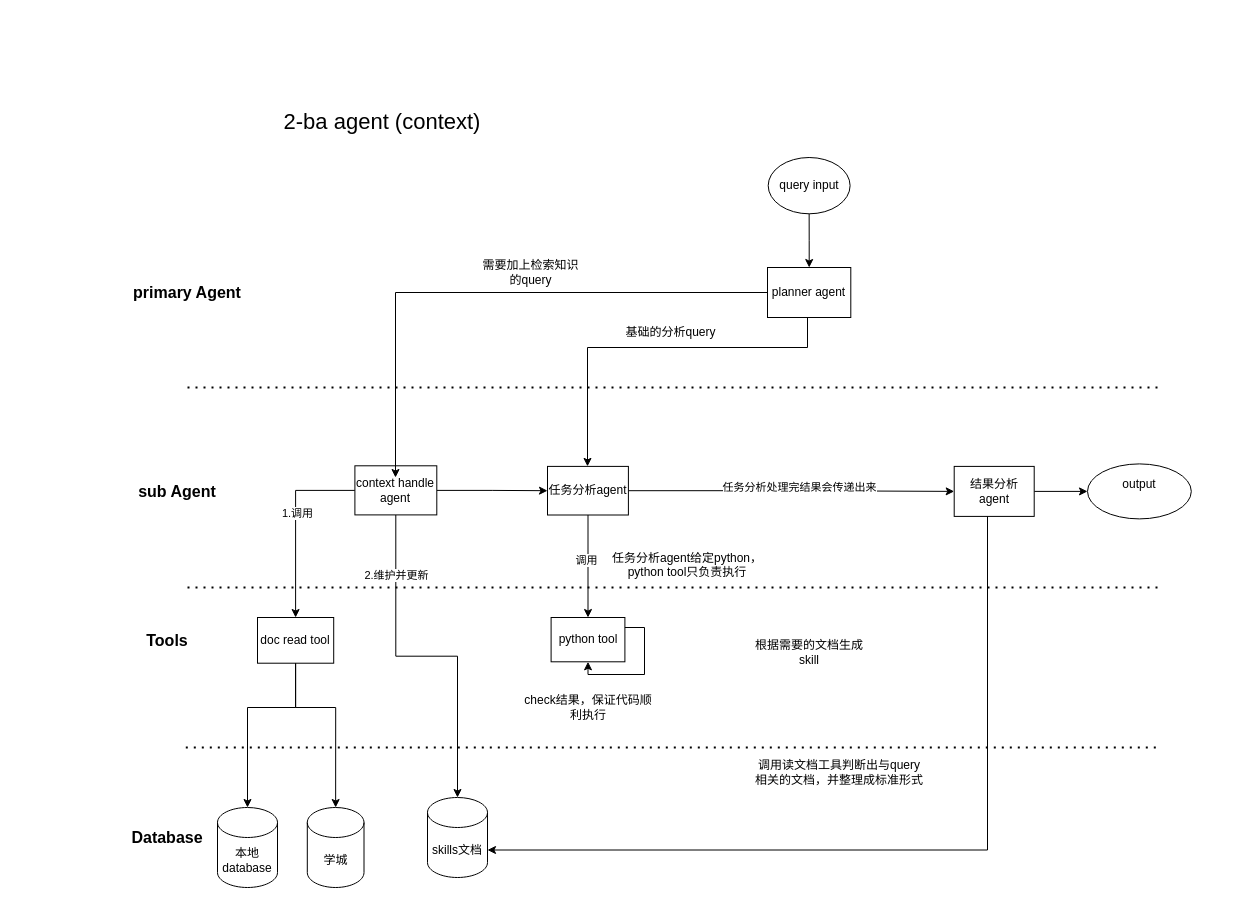
The draw.io diagram page "第 2 页" (2 of 3) of 未命名绘图.drawio in lijinxuan1101/auto-ba-agent, before the edit. Source tidied: cells renumbered, new cells numbered last; positions are measured from the earlier drawing's top-left corner, leaving out a move shared by most shapes. Both pictures are drawn from the tidied source at 100%, with x=0, y=0 at pixel (97, 107).
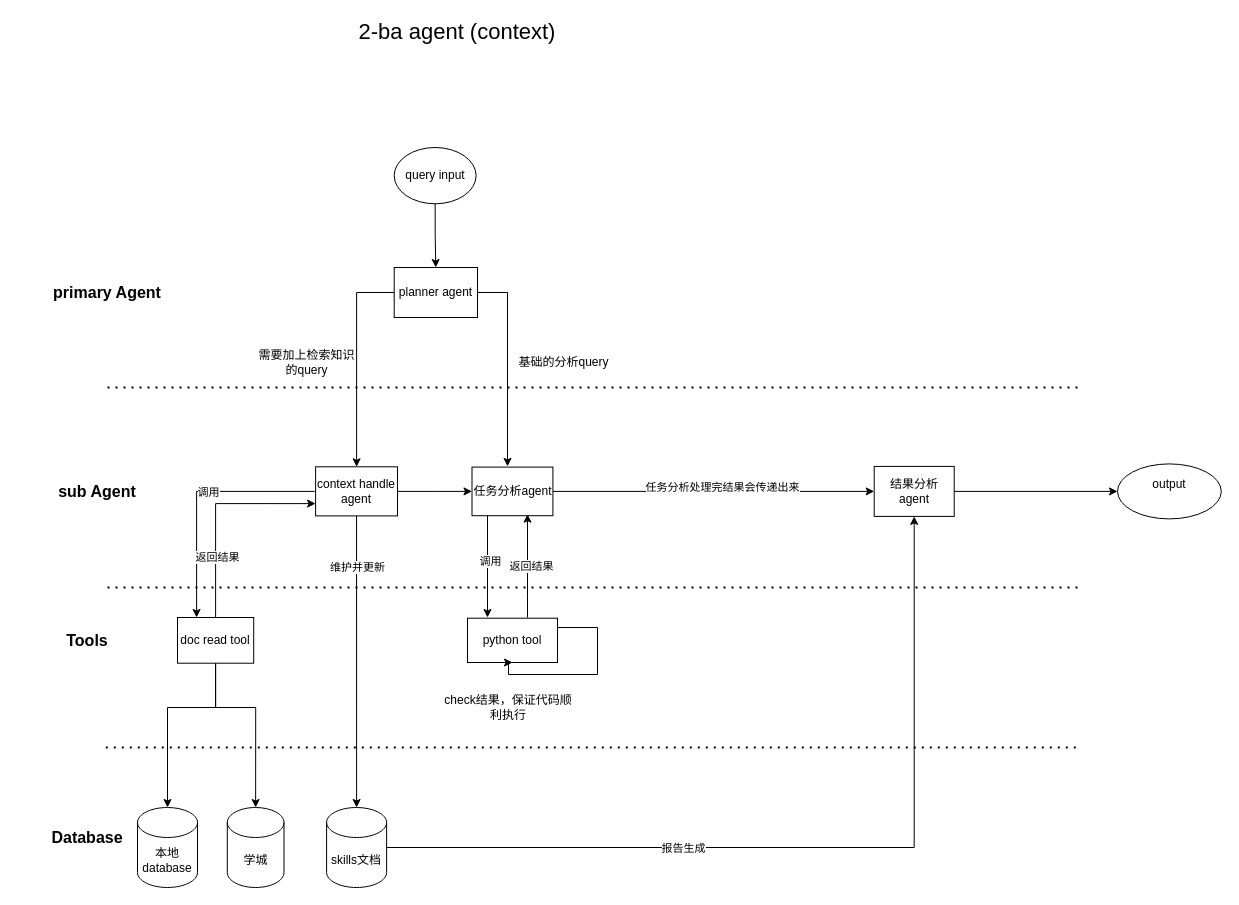
The same page after the edit.

The edit, as a diff of the source:
```diff
@@
-    <mxCell id="2" style="edgeStyle=orthogonalEdgeStyle;rounded=0;jettySize=auto;html=1;labelBackgroundColor=none;fontColor=default;" parent="1" edge="1" source="34" target="6">
-      <mxGeometry relative="1" as="geometry" />
-    </mxCell>
-    <mxCell id="3" value="调用" style="edgeLabel;html=1;align=center;verticalAlign=middle;" parent="2" vertex="1">
-      <mxGeometry x="-0.12" y="-2" relative="1" as="geometry" />
-    </mxCell>
@@
     <mxCell id="5" value="query input" style="ellipse;whiteSpace=wrap;html=1;labelBackgroundColor=none;" parent="1" vertex="1">
-      <mxGeometry x="670.7" y="50" width="81.9" height="56.3" as="geometry" />
+      <mxGeometry x="296.7" y="40" width="81.9" height="56.3" as="geometry" />
     </mxCell>
+    <mxCell id="44" style="edgeStyle=orthogonalEdgeStyle;rounded=0;orthogonalLoop=1;jettySize=auto;html=1;" parent="1" edge="1">
+      <mxGeometry relative="1" as="geometry">
+        <mxPoint x="430" y="510" as="sourcePoint" />
+        <mxPoint x="430" y="406.7" as="targetPoint" />
+        <Array as="points">
+          <mxPoint x="429.9" y="489.3" />
+          <mxPoint x="429.9" y="489.3" />
+        </Array>
+      </mxGeometry>
+    </mxCell>
+    <mxCell id="45" value="返回结果" style="edgeLabel;html=1;align=center;verticalAlign=middle;" parent="44" vertex="1">
+      <mxGeometry x="0.01" y="-3" relative="1" as="geometry" />
+    </mxCell>
     <mxCell id="6" value="python tool" style="rounded=0;whiteSpace=wrap;html=1;labelBackgroundColor=none;" parent="1" vertex="1">
-      <mxGeometry x="453.6" y="510" width="73.8" height="44.3" as="geometry" />
+      <mxGeometry x="370" y="510.7" width="90" height="44.3" as="geometry" />
     </mxCell>
-    <mxCell id="7" value="任务分析agent给定python，python tool只负责执行&lt;div&gt;&lt;br&gt;&lt;/div&gt;" style="text;html=1;whiteSpace=wrap;strokeColor=none;fillColor=none;align=center;verticalAlign=middle;rounded=0;labelBackgroundColor=none;" parent="1" vertex="1">
-      <mxGeometry x="500" y="450" width="180" height="30" as="geometry" />
-    </mxCell>
     <mxCell id="8" value="check结果，保证代码顺利执行" style="text;html=1;whiteSpace=wrap;strokeColor=none;fillColor=none;align=center;verticalAlign=middle;rounded=0;labelBackgroundColor=none;" parent="1" vertex="1">
-      <mxGeometry x="420.5" y="585" width="140" height="30" as="geometry" />
+      <mxGeometry x="340.5" y="585" width="140" height="30" as="geometry" />
     </mxCell>
@@
     <mxCell id="10" value="结果分析agent" style="rounded=0;whiteSpace=wrap;html=1;labelBackgroundColor=none;" parent="1" vertex="1">
-      <mxGeometry x="856.7" y="358.9" width="80" height="50" as="geometry" />
+      <mxGeometry x="776.7" y="358.9" width="80" height="50" as="geometry" />
     </mxCell>
     <mxCell id="11" value="output&lt;div&gt;&lt;br&gt;&lt;/div&gt;" style="ellipse;whiteSpace=wrap;html=1;rounded=0;labelBackgroundColor=none;" parent="1" vertex="1">
-      <mxGeometry x="990" y="356.4" width="103.8" height="55" as="geometry" />
+      <mxGeometry x="1020" y="356.4" width="103.8" height="55" as="geometry" />
     </mxCell>
     <mxCell id="12" value="2-ba agent (context)" style="text;html=1;whiteSpace=wrap;strokeColor=none;fillColor=none;align=center;verticalAlign=middle;rounded=0;fontSize=22;labelBackgroundColor=none;" parent="1" vertex="1">
-      <mxGeometry x="170" width="230" height="30" as="geometry" />
+      <mxGeometry x="245" y="-90" width="230" height="30" as="geometry" />
     </mxCell>
-    <mxCell id="13" style="edgeStyle=orthogonalEdgeStyle;rounded=0;jettySize=auto;html=1;labelBackgroundColor=none;fontColor=default;" parent="1" edge="1" source="18" target="20">
-      <mxGeometry relative="1" as="geometry" />
+    <mxCell id="13" style="edgeStyle=orthogonalEdgeStyle;rounded=0;orthogonalLoop=1;jettySize=auto;html=1;labelBackgroundColor=none;fontColor=default;" parent="1" edge="1">
+      <mxGeometry relative="1" as="geometry">
+        <mxPoint x="217.2" y="383.9" as="sourcePoint" />
+        <mxPoint x="99.1" y="510" as="targetPoint" />
+        <Array as="points">
+          <mxPoint x="99" y="384" />
+        </Array>
+      </mxGeometry>
     </mxCell>
-    <mxCell id="14" value="1.调用" style="edgeLabel;html=1;align=center;verticalAlign=middle;" parent="13" vertex="1">
+    <mxCell id="14" value="调用" style="edgeLabel;html=1;align=center;verticalAlign=middle;" parent="13" vertex="1">
       <mxGeometry x="-0.12" y="1" relative="1" as="geometry" />
     </mxCell>
@@
-    <mxCell id="16" style="edgeStyle=orthogonalEdgeStyle;rounded=0;jettySize=auto;html=1;" parent="1" edge="1" source="18" target="30">
+    <mxCell id="16" style="edgeStyle=orthogonalEdgeStyle;rounded=0;jettySize=auto;html=1;entryX=0.5;entryY=0;entryDx=0;entryDy=0;entryPerimeter=0;exitX=0.5;exitY=1;exitDx=0;exitDy=0;" parent="1" edge="1" source="18" target="30">
       <mxGeometry relative="1" as="geometry" />
     </mxCell>
-    <mxCell id="17" value="2.维护并更新" style="edgeLabel;html=1;align=center;verticalAlign=middle;" parent="16" vertex="1">
+    <mxCell id="17" value="维护并更新" style="edgeLabel;html=1;align=center;verticalAlign=middle;" parent="16" vertex="1">
       <mxGeometry x="-0.65" relative="1" as="geometry" />
     </mxCell>
     <mxCell id="18" value="context handle agent" style="rounded=0;whiteSpace=wrap;html=1;labelBackgroundColor=none;" parent="1" vertex="1">
-      <mxGeometry x="257.4" y="358.3" width="81.9" height="49.1" as="geometry" />
+      <mxGeometry x="218.1" y="359.3" width="81.9" height="49.1" as="geometry" />
     </mxCell>
     <mxCell id="19" style="edgeStyle=orthogonalEdgeStyle;rounded=0;jettySize=auto;html=1;labelBackgroundColor=none;fontColor=default;" parent="1" edge="1" source="20" target="23">
       <mxGeometry relative="1" as="geometry">
         <Array as="points">
-          <mxPoint x="198" y="600" />
-          <mxPoint x="150" y="600" />
+          <mxPoint x="118" y="600" />
+          <mxPoint x="70" y="600" />
         </Array>
       </mxGeometry>
     </mxCell>
+    <mxCell id="46" style="edgeStyle=orthogonalEdgeStyle;rounded=0;jettySize=auto;html=1;entryX=0;entryY=0.75;entryDx=0;entryDy=0;exitX=0.5;exitY=0;exitDx=0;exitDy=0;" parent="1" edge="1" source="20" target="18">
+      <mxGeometry relative="1" as="geometry" />
+    </mxCell>
+    <mxCell id="47" value="返回结果" style="edgeLabel;html=1;align=center;verticalAlign=middle;" parent="46" vertex="1">
+      <mxGeometry x="-0.43" y="-1" relative="1" as="geometry" />
+    </mxCell>
     <mxCell id="20" value="doc read tool" style="rounded=0;whiteSpace=wrap;html=1;labelBackgroundColor=none;" parent="1" vertex="1">
-      <mxGeometry x="160" y="510" width="76.2" height="45.7" as="geometry" />
+      <mxGeometry x="80" y="510" width="76.2" height="45.7" as="geometry" />
     </mxCell>
     <mxCell id="21" value="学城" style="shape=cylinder3;whiteSpace=wrap;html=1;boundedLbl=1;backgroundOutline=1;size=15;labelBackgroundColor=none;" parent="1" vertex="1">
-      <mxGeometry x="209.8" y="700" width="56.7" height="80" as="geometry" />
+      <mxGeometry x="129.8" y="700" width="56.7" height="80" as="geometry" />
     </mxCell>
     <mxCell id="22" style="edgeStyle=orthogonalEdgeStyle;rounded=0;jettySize=auto;html=1;entryX=0.5;entryY=0;entryDx=0;entryDy=0;entryPerimeter=0;labelBackgroundColor=none;fontColor=default;exitX=0.5;exitY=1;exitDx=0;exitDy=0;" parent="1" edge="1" source="20" target="21">
       <mxGeometry relative="1" as="geometry">
         <Array as="points">
-          <mxPoint x="198" y="600" />
-          <mxPoint x="238" y="600" />
+          <mxPoint x="118" y="600" />
+          <mxPoint x="158" y="600" />
         </Array>
       </mxGeometry>
     </mxCell>
     <mxCell id="23" value="本地database" style="shape=cylinder3;whiteSpace=wrap;html=1;boundedLbl=1;backgroundOutline=1;size=15;labelBackgroundColor=none;" parent="1" vertex="1">
-      <mxGeometry x="120" y="700" width="60" height="80" as="geometry" />
+      <mxGeometry x="40" y="700" width="60" height="80" as="geometry" />
     </mxCell>
-    <mxCell id="24" value="调用读文档工具判断出与query相关的文档，并整理成标准形式" style="text;html=1;whiteSpace=wrap;strokeColor=none;fillColor=none;align=center;verticalAlign=middle;rounded=0;labelBackgroundColor=none;" parent="1" vertex="1">
-      <mxGeometry x="653.7" y="650" width="176" height="30" as="geometry" />
-    </mxCell>
-    <mxCell id="25" style="edgeStyle=orthogonalEdgeStyle;rounded=0;jettySize=auto;html=1;labelBackgroundColor=none;fontColor=default;exitX=0;exitY=0.5;exitDx=0;exitDy=0;" parent="1" edge="1" source="27">
-      <mxGeometry relative="1" as="geometry">
-        <mxPoint x="298" y="370" as="targetPoint" />
-        <Array as="points">
-          <mxPoint x="298" y="185" />
-        </Array>
-      </mxGeometry>
-    </mxCell>
-    <mxCell id="26" style="edgeStyle=orthogonalEdgeStyle;rounded=0;orthogonalLoop=1;jettySize=auto;html=1;entryX=0;entryY=0.5;entryDx=0;entryDy=0;labelBackgroundColor=none;fontColor=default;" parent="1" edge="1">
+    <mxCell id="26" style="edgeStyle=orthogonalEdgeStyle;rounded=0;jettySize=auto;html=1;entryX=0;entryY=0.5;entryDx=0;entryDy=0;labelBackgroundColor=none;fontColor=default;" parent="1" edge="1" source="27">
       <mxGeometry relative="1" as="geometry">
-        <mxPoint x="710" y="160.8" as="sourcePoint" />
-        <mxPoint x="490" y="358.9" as="targetPoint" />
+        <mxPoint x="410" y="358.9" as="targetPoint" />
         <Array as="points">
-          <mxPoint x="710" y="240" />
-          <mxPoint x="490" y="240" />
+          <mxPoint x="410" y="185" />
         </Array>
       </mxGeometry>
     </mxCell>
+    <mxCell id="48" style="edgeStyle=orthogonalEdgeStyle;rounded=0;jettySize=auto;html=1;exitX=0;exitY=0.5;exitDx=0;exitDy=0;" parent="1" edge="1" source="27" target="18">
+      <mxGeometry relative="1" as="geometry" />
+    </mxCell>
     <mxCell id="27" value="planner agent" style="rounded=0;whiteSpace=wrap;html=1;labelBackgroundColor=none;" parent="1" vertex="1">
-      <mxGeometry x="670" y="160" width="83.3" height="50" as="geometry" />
+      <mxGeometry x="296.7" y="160" width="83.3" height="50" as="geometry" />
     </mxCell>
     <mxCell id="28" value="需要加上检索知识的query" style="text;html=1;whiteSpace=wrap;strokeColor=none;fillColor=none;align=center;verticalAlign=middle;rounded=0;labelBackgroundColor=none;" parent="1" vertex="1">
-      <mxGeometry x="380" y="150" width="106.7" height="30" as="geometry" />
+      <mxGeometry x="156.2" y="240" width="106.7" height="30" as="geometry" />
     </mxCell>
     <mxCell id="29" value="基础的分析query" style="text;html=1;whiteSpace=wrap;strokeColor=none;fillColor=none;align=center;verticalAlign=middle;rounded=0;labelBackgroundColor=none;" parent="1" vertex="1">
-      <mxGeometry x="520" y="210" width="106.7" height="30" as="geometry" />
+      <mxGeometry x="413" y="240" width="106.7" height="30" as="geometry" />
     </mxCell>
+    <mxCell id="49" style="edgeStyle=orthogonalEdgeStyle;rounded=0;jettySize=auto;html=1;" parent="1" edge="1" source="30" target="10">
+      <mxGeometry relative="1" as="geometry" />
+    </mxCell>
+    <mxCell id="50" value="报告生成" style="edgeLabel;html=1;align=center;verticalAlign=middle;" parent="49" vertex="1">
+      <mxGeometry x="-0.31" relative="1" as="geometry" />
+    </mxCell>
     <mxCell id="30" value="skills文档" style="shape=cylinder3;whiteSpace=wrap;html=1;boundedLbl=1;backgroundOutline=1;size=15;" parent="1" vertex="1">
-      <mxGeometry x="330" y="690" width="60" height="80" as="geometry" />
+      <mxGeometry x="229.1" y="700" width="60" height="80" as="geometry" />
     </mxCell>
-    <mxCell id="31" value="根据需要的文档生成skill" style="text;html=1;whiteSpace=wrap;strokeColor=none;fillColor=none;align=center;verticalAlign=middle;rounded=0;" parent="1" vertex="1">
-      <mxGeometry x="653.7" y="530" width="116" height="30" as="geometry" />
-    </mxCell>
@@
+    <mxCell id="51" style="edgeStyle=orthogonalEdgeStyle;rounded=0;orthogonalLoop=1;jettySize=auto;html=1;" parent="1" edge="1">
+      <mxGeometry relative="1" as="geometry">
+        <mxPoint x="390" y="406.7" as="sourcePoint" />
+        <mxPoint x="390" y="510" as="targetPoint" />
+        <Array as="points">
+          <mxPoint x="390" y="489.3" />
+          <mxPoint x="390" y="489.3" />
+        </Array>
+      </mxGeometry>
+    </mxCell>
+    <mxCell id="3" value="调用" style="edgeLabel;html=1;align=center;verticalAlign=middle;" parent="51" vertex="1">
+      <mxGeometry x="-0.09" y="2" relative="1" as="geometry" />
+    </mxCell>
     <mxCell id="34" value="任务分析agent" style="rounded=0;whiteSpace=wrap;html=1;labelBackgroundColor=none;" parent="1" vertex="1">
-      <mxGeometry x="450" y="358.9" width="80.9" height="48.6" as="geometry" />
+      <mxGeometry x="374.5" y="359.6" width="80.9" height="48.6" as="geometry" />
     </mxCell>
     <mxCell id="35" style="edgeStyle=orthogonalEdgeStyle;rounded=0;orthogonalLoop=1;jettySize=auto;html=1;entryX=0.5;entryY=1;entryDx=0;entryDy=0;" parent="1" edge="1" source="6" target="6">
       <mxGeometry relative="1" as="geometry">
         <Array as="points">
-          <mxPoint x="547" y="520" />
-          <mxPoint x="547" y="567" />
-          <mxPoint x="491" y="567" />
+          <mxPoint x="500" y="520" />
+          <mxPoint x="500" y="567" />
+          <mxPoint x="411" y="567" />
         </Array>
       </mxGeometry>
     </mxCell>
     <mxCell id="36" style="endArrow=none;dashed=1;html=1;dashPattern=1 3;strokeWidth=2;rounded=0;" parent="1" edge="1">
       <mxGeometry relative="1" as="geometry">
-        <mxPoint x="90" y="280" as="sourcePoint" />
-        <mxPoint x="1060" y="280" as="targetPoint" />
+        <mxPoint x="10" y="280" as="sourcePoint" />
+        <mxPoint x="980" y="280" as="targetPoint" />
       </mxGeometry>
     </mxCell>
-    <mxCell id="37" style="edgeStyle=orthogonalEdgeStyle;rounded=0;jettySize=auto;html=1;entryX=1;entryY=0;entryDx=0;entryDy=52.5;entryPerimeter=0;" parent="1" edge="1" source="10" target="30">
-      <mxGeometry relative="1" as="geometry">
-        <Array as="points">
-          <mxPoint x="890" y="743" />
-        </Array>
-      </mxGeometry>
-    </mxCell>
     <mxCell id="38" style="endArrow=none;dashed=1;html=1;dashPattern=1 3;strokeWidth=2;rounded=0;" parent="1" edge="1">
       <mxGeometry relative="1" as="geometry">
-        <mxPoint x="88.3" y="640" as="sourcePoint" />
-        <mxPoint x="1058.3" y="640" as="targetPoint" />
+        <mxPoint x="8.3" y="640" as="sourcePoint" />
+        <mxPoint x="978.3" y="640" as="targetPoint" />
       </mxGeometry>
     </mxCell>
     <mxCell id="39" value="&lt;b style=&quot;background-color: light-dark(#ffffff, var(--ge-dark-color, #121212));&quot;&gt;sub Agent&lt;/b&gt;" style="text;html=1;whiteSpace=wrap;strokeColor=none;fillColor=none;align=center;verticalAlign=middle;rounded=0;shadow=0;fontSize=16;" parent="1" vertex="1">
-      <mxGeometry x="40" y="368.9" width="80" height="30" as="geometry" />
+      <mxGeometry x="-40" y="368.9" width="80" height="30" as="geometry" />
     </mxCell>
     <mxCell id="40" style="endArrow=none;dashed=1;html=1;dashPattern=1 3;strokeWidth=2;rounded=0;" parent="1" edge="1">
       <mxGeometry relative="1" as="geometry">
-        <mxPoint x="90" y="480" as="sourcePoint" />
-        <mxPoint x="1060" y="480" as="targetPoint" />
+        <mxPoint x="10" y="480" as="sourcePoint" />
+        <mxPoint x="980" y="480" as="targetPoint" />
       </mxGeometry>
     </mxCell>
     <mxCell id="41" value="&lt;span style=&quot;background-color: rgb(255, 255, 255);&quot;&gt;&lt;b&gt;Tools&lt;/b&gt;&lt;/span&gt;" style="text;html=1;whiteSpace=wrap;strokeColor=none;fillColor=none;align=center;verticalAlign=middle;rounded=0;shadow=0;fontSize=16;" parent="1" vertex="1">
-      <mxGeometry x="40" y="517.9" width="60" height="30" as="geometry" />
+      <mxGeometry x="-40" y="517.9" width="60" height="30" as="geometry" />
     </mxCell>
     <mxCell id="42" value="&lt;span style=&quot;background-color: rgb(255, 255, 255);&quot;&gt;&lt;b&gt;Database&lt;/b&gt;&lt;/span&gt;" style="text;html=1;whiteSpace=wrap;strokeColor=none;fillColor=none;align=center;verticalAlign=middle;rounded=0;shadow=0;fontSize=16;" parent="1" vertex="1">
-      <mxGeometry x="40" y="715" width="60" height="30" as="geometry" />
+      <mxGeometry x="-40" y="715" width="60" height="30" as="geometry" />
     </mxCell>
     <mxCell id="43" value="&lt;b style=&quot;background-color: light-dark(#ffffff, var(--ge-dark-color, #121212));&quot;&gt;primary Agent&lt;/b&gt;" style="text;html=1;whiteSpace=wrap;strokeColor=none;fillColor=none;align=center;verticalAlign=middle;rounded=0;shadow=0;fontSize=16;" parent="1" vertex="1">
-      <mxGeometry y="170" width="180" height="30" as="geometry" />
+      <mxGeometry x="-80" y="170" width="180" height="30" as="geometry" />
     </mxCell>
```
